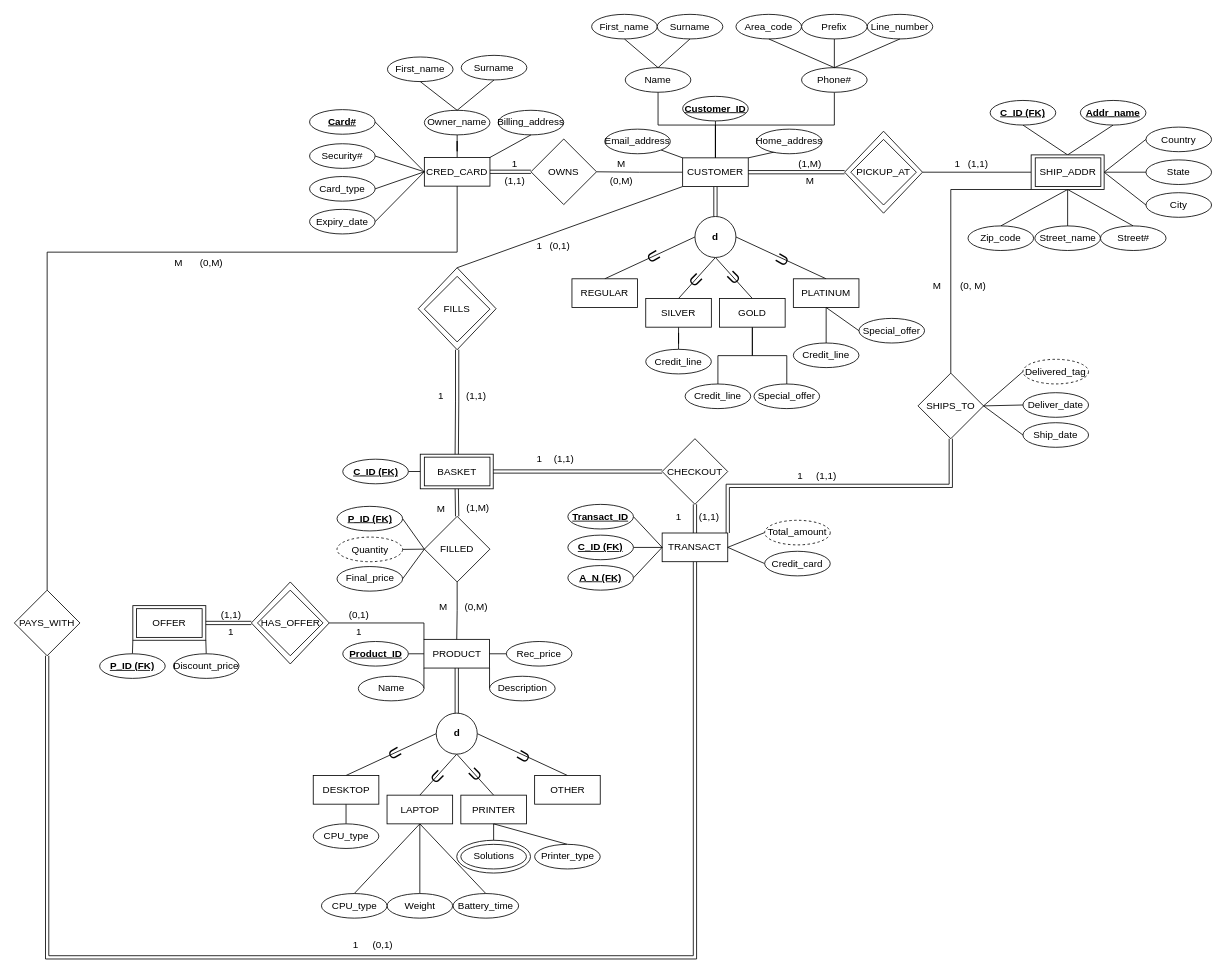
Earlier version of the draw.io diagram Project-Deliverable-1.drawio (RyBres/Database-Project). Source tidied: cells renumbered, new cells numbered last; positions are measured from the earlier drawing's top-left corner, leaving out a move shared by most shapes. Both pictures are drawn from the tidied source at 82%, with x=0, y=0 at pixel (14, 14).
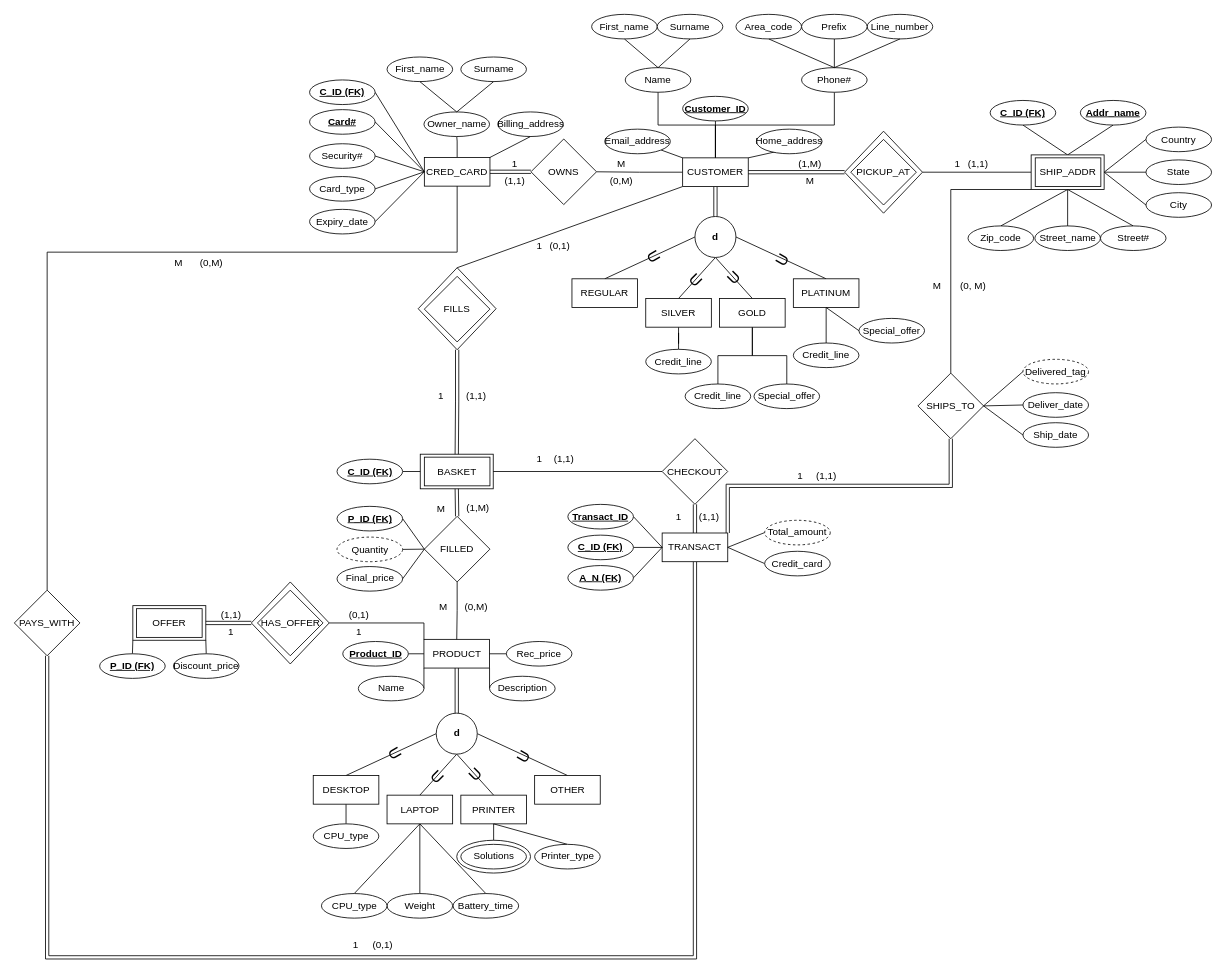
Above is the later version.

Unchanged cells that the change refers to:
```xml
<mxCell id="3" style="rounded=0;whiteSpace=wrap;html=1;" parent="1" vertex="1">
  <mxGeometry x="495" y="536.4" width="89" height="42.2" as="geometry" />
</mxCell>
<mxCell id="9" value="CRED_CARD" style="rounded=0;whiteSpace=wrap;html=1;" parent="1" vertex="1">
  <mxGeometry x="500" y="174.5" width="80" height="35" as="geometry" />
</mxCell>
<mxCell id="129" value="CHECKOUT" style="rhombus;whiteSpace=wrap;html=1;" parent="1" vertex="1">
  <mxGeometry x="790" y="517.5" width="80" height="80" as="geometry" />
</mxCell>
```

Diff of the diagram source:
```diff
@@
+    <mxCell id="218" style="rounded=0;jettySize=auto;html=1;exitX=0;exitY=0.5;exitDx=0;exitDy=0;entryX=1;entryY=0.5;entryDx=0;entryDy=0;endArrow=none;startFill=0;" parent="1" edge="1" source="9" target="219">
+      <mxGeometry relative="1" as="geometry" />
+    </mxCell>
@@
     <mxCell id="10" style="group;" parent="1" vertex="1">
-      <mxGeometry x="455" y="50" width="215" height="100" as="geometry" />
+      <mxGeometry x="454.5" y="52" width="215" height="100" as="geometry" />
     </mxCell>
     <mxCell id="11" value="First_name" style="ellipse;whiteSpace=wrap;html=1;" parent="10" vertex="1">
-      <mxGeometry y="2" width="80" height="30" as="geometry" />
+      <mxGeometry width="80" height="30" as="geometry" />
     </mxCell>
@@
-    <mxCell id="88" style="edgeStyle=orthogonalEdgeStyle;rounded=0;jettySize=auto;html=1;entryX=0;entryY=0.5;entryDx=0;entryDy=0;endArrow=none;startFill=0;shape=link;exitX=1;exitY=0.5;exitDx=0;exitDy=0;" parent="1" edge="1" source="3" target="129">
+    <mxCell id="88" style="edgeStyle=orthogonalEdgeStyle;rounded=0;jettySize=auto;html=1;entryX=0;entryY=0.5;entryDx=0;entryDy=0;endArrow=none;startFill=0;exitX=1;exitY=0.5;exitDx=0;exitDy=0;" parent="1" edge="1" source="3" target="129">
       <mxGeometry relative="1" as="geometry" />
     </mxCell>
@@
     <mxCell id="126" value="&lt;b&gt;&lt;u&gt;C_ID (FK)&lt;/u&gt;&lt;/b&gt;" style="ellipse;whiteSpace=wrap;html=1;" parent="1" vertex="1">
-      <mxGeometry x="400.5" y="542.5" width="80" height="30" as="geometry" />
+      <mxGeometry x="393.5" y="542.5" width="80" height="30" as="geometry" />
     </mxCell>
@@
+    <mxCell id="219" value="&lt;b&gt;&lt;u&gt;C_ID (FK)&lt;/u&gt;&lt;/b&gt;" style="ellipse;whiteSpace=wrap;html=1;" parent="1" vertex="1">
+      <mxGeometry x="360" y="80" width="80" height="30" as="geometry" />
+    </mxCell>
```
